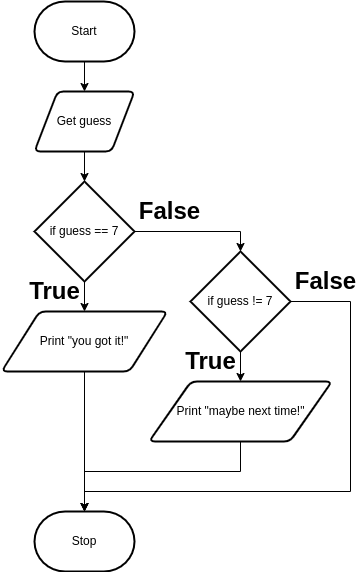
Before: flowchart.png, a diagram exported from draw.io (Samuel-Webster-178/ICS3U-Unit3-Unit3-02-Python). Source tidied: cells renumbered, new cells last; positions are measured from the earlier drawing's top-left corner, leaving out a move shared by most shapes.
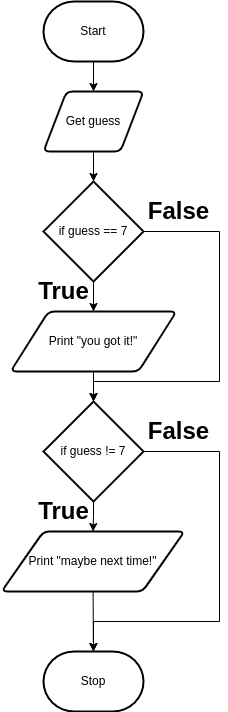
The same file after the commit.

What changed in the source:
```diff
@@ -16,20 +16,26 @@
     <mxCell id="5" value="Get guess" style="shape=parallelogram;html=1;strokeWidth=2;perimeter=parallelogramPerimeter;whiteSpace=wrap;rounded=1;arcSize=12;size=0.23;" parent="1" vertex="1">
       <mxGeometry x="33" y="90" width="100" height="60" as="geometry" />
     </mxCell>
-    <mxCell id="6" style="edgeStyle=none;html=1;" parent="1" edge="1" source="7" target="8">
-      <mxGeometry relative="1" as="geometry" />
-    </mxCell>
+    <mxCell id="21" style="edgeStyle=none;html=1;" parent="1" edge="1" source="7" target="16">
+      <mxGeometry relative="1" as="geometry" />
+    </mxCell>
     <mxCell id="7" value="Print &quot;you got it!&quot;" style="shape=parallelogram;html=1;strokeWidth=2;perimeter=parallelogramPerimeter;whiteSpace=wrap;rounded=1;arcSize=12;size=0.23;" parent="1" vertex="1">
       <mxGeometry y="310" width="166" height="60" as="geometry" />
     </mxCell>
     <mxCell id="8" value="Stop" style="strokeWidth=2;html=1;shape=mxgraph.flowchart.terminator;whiteSpace=wrap;" parent="1" vertex="1">
-      <mxGeometry x="33" y="510" width="100" height="60" as="geometry" />
+      <mxGeometry x="33" y="650" width="100" height="60" as="geometry" />
     </mxCell>
     <mxCell id="9" style="edgeStyle=none;html=1;" parent="1" edge="1" source="11" target="7">
       <mxGeometry relative="1" as="geometry" />
     </mxCell>
     <mxCell id="10" style="edgeStyle=orthogonalEdgeStyle;rounded=0;html=1;entryX=0.5;entryY=0;entryDx=0;entryDy=0;entryPerimeter=0;" parent="1" edge="1" source="11" target="16">
-      <mxGeometry relative="1" as="geometry" />
+      <mxGeometry relative="1" as="geometry">
+        <Array as="points">
+          <mxPoint x="209" y="230" />
+          <mxPoint x="209" y="380" />
+          <mxPoint x="83" y="380" />
+        </Array>
+      </mxGeometry>
     </mxCell>
     <mxCell id="11" value="if guess == 7" style="strokeWidth=2;html=1;shape=mxgraph.flowchart.decision;whiteSpace=wrap;" parent="1" vertex="1">
       <mxGeometry x="33" y="180" width="100" height="100" as="geometry" />
@@ -43,34 +49,29 @@
     <mxCell id="14" style="edgeStyle=orthogonalEdgeStyle;rounded=0;html=1;" parent="1" edge="1" source="16" target="18">
       <mxGeometry relative="1" as="geometry" />
     </mxCell>
-    <mxCell id="15" style="edgeStyle=orthogonalEdgeStyle;rounded=0;html=1;entryX=0.5;entryY=0;entryDx=0;entryDy=0;entryPerimeter=0;" parent="1" edge="1" source="16" target="8">
+    <mxCell id="15" style="edgeStyle=orthogonalEdgeStyle;html=1;entryX=0.5;entryY=0;entryDx=0;entryDy=0;entryPerimeter=0;rounded=0;" parent="1" edge="1" source="16" target="8">
       <mxGeometry relative="1" as="geometry">
         <Array as="points">
-          <mxPoint x="349" y="300" />
-          <mxPoint x="349" y="490" />
-          <mxPoint x="83" y="490" />
+          <mxPoint x="209" y="450" />
+          <mxPoint x="209" y="620" />
+          <mxPoint x="83" y="620" />
         </Array>
       </mxGeometry>
     </mxCell>
     <mxCell id="16" value="if guess != 7" style="strokeWidth=2;html=1;shape=mxgraph.flowchart.decision;whiteSpace=wrap;" parent="1" vertex="1">
-      <mxGeometry x="189" y="250" width="100" height="100" as="geometry" />
+      <mxGeometry x="33" y="400" width="100" height="100" as="geometry" />
     </mxCell>
-    <mxCell id="17" style="edgeStyle=orthogonalEdgeStyle;rounded=0;html=1;entryX=0.5;entryY=0;entryDx=0;entryDy=0;entryPerimeter=0;" parent="1" edge="1" source="18" target="8">
-      <mxGeometry relative="1" as="geometry">
-        <Array as="points">
-          <mxPoint x="239" y="470" />
-          <mxPoint x="83" y="470" />
-        </Array>
-      </mxGeometry>
+    <mxCell id="17" style="edgeStyle=none;html=1;" parent="1" edge="1" source="18" target="8">
+      <mxGeometry relative="1" as="geometry" />
     </mxCell>
     <mxCell id="18" value="Print &quot;maybe next time!&quot;" style="shape=parallelogram;html=1;strokeWidth=2;perimeter=parallelogramPerimeter;whiteSpace=wrap;rounded=1;arcSize=12;size=0.23;" parent="1" vertex="1">
-      <mxGeometry x="147.5" y="380" width="183" height="60" as="geometry" />
+      <mxGeometry x="-9" y="530" width="183" height="60" as="geometry" />
     </mxCell>
     <mxCell id="19" value="True" style="text;strokeColor=none;fillColor=none;html=1;fontSize=24;fontStyle=1;verticalAlign=middle;align=center;" parent="1" vertex="1">
-      <mxGeometry x="179" y="350" width="60" height="20" as="geometry" />
+      <mxGeometry x="23" y="500" width="60" height="20" as="geometry" />
     </mxCell>
     <mxCell id="20" value="False" style="text;strokeColor=none;fillColor=none;html=1;fontSize=24;fontStyle=1;verticalAlign=middle;align=center;" parent="1" vertex="1">
-      <mxGeometry x="289" y="270" width="70" height="20" as="geometry" />
+      <mxGeometry x="133" y="420" width="70" height="20" as="geometry" />
     </mxCell>
   </root>
 </mxGraphModel>
```
